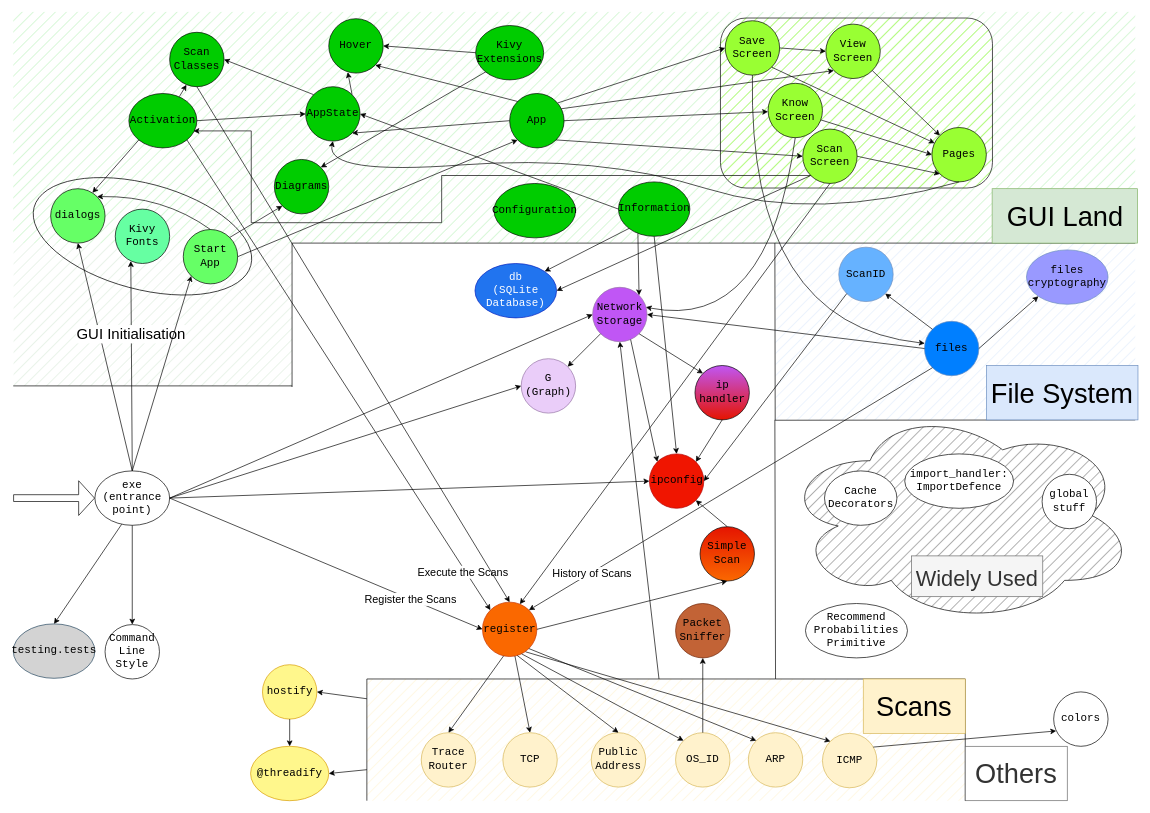
Earlier version of the draw.io diagram Scanner/drawio-diagrams/modules.drawio (ShZil/network-utilities). Source tidied: cells renumbered, new cells numbered last; positions are measured from the earlier drawing's top-left corner, leaving out a move shared by most shapes. Both pictures are drawn from the tidied source at 68%, with x=0, y=0 at pixel (13, 12).
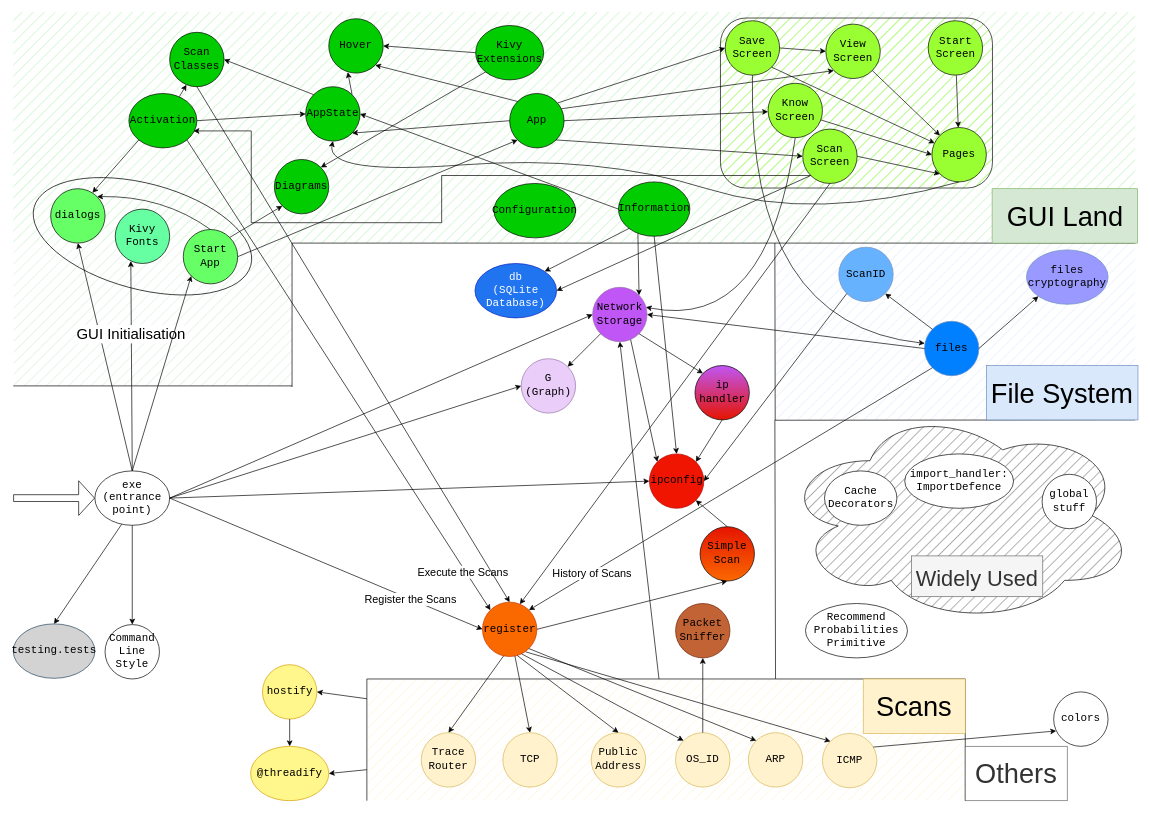
Above is the later version.

Commit message (it also covers changes not shown here):
images and diagrams & StartScreen

The change refers to these unchanged cells:
```xml
<mxCell id="42" value="Pages" style="ellipse;whiteSpace=wrap;html=1;fontFamily=Consolas;fontSize=16;fillColor=#99FF33;" parent="1" vertex="1">
  <mxGeometry x="1351" y="170" width="80" height="80" as="geometry" />
</mxCell>
```

Diff of the diagram source:
```diff
@@
+    <mxCell id="131" style="edgeStyle=none;html=1;" parent="1" edge="1" source="132" target="42">
+      <mxGeometry relative="1" as="geometry" />
+    </mxCell>
+    <mxCell id="132" value="Start&lt;br&gt;Screen" style="ellipse;whiteSpace=wrap;html=1;fontFamily=Consolas;fontSize=16;fillColor=#99FF33;" parent="1" vertex="1">
+      <mxGeometry x="1345.5" y="13" width="80" height="80" as="geometry" />
+    </mxCell>
```
